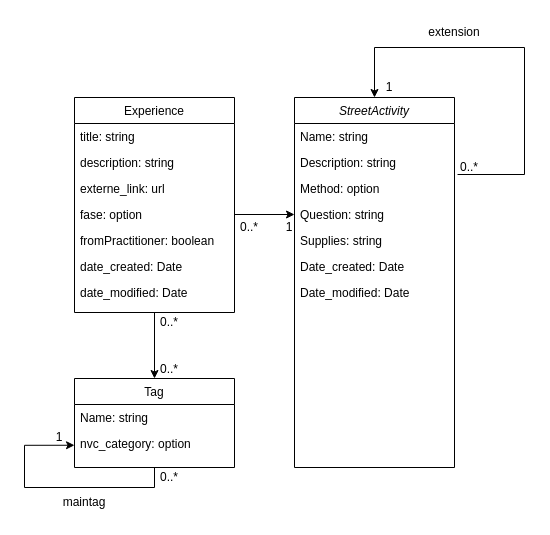
The draw.io diagram architecture/streetactivity_domainmodel.drawio in MxTheo/travelingguestbook, before the edit. Source tidied: cells renumbered, new cells numbered last; positions are measured from the earlier drawing's top-left corner, leaving out a move shared by most shapes. Both pictures are drawn from the tidied source at 100%, with x=0, y=0 at pixel (24, 17).
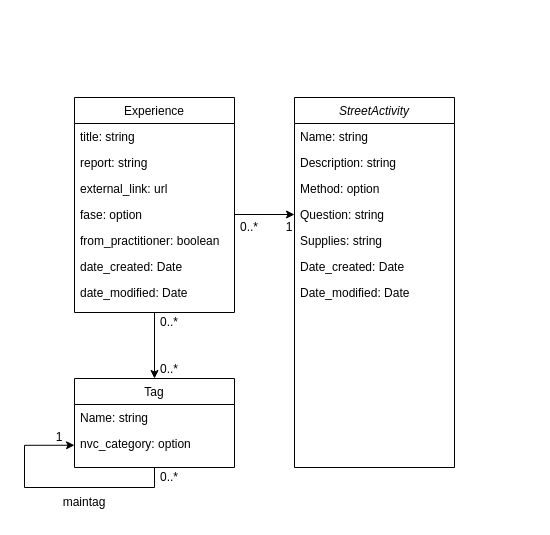
The same page after the edit.

Unchanged cells that the change refers to:
```xml
<mxCell id="2" value="StreetActivity" style="swimlane;fontStyle=2;align=center;verticalAlign=top;horizontal=1;startSize=26;rounded=0;shadow=0;strokeWidth=1;" parent="1" vertex="1">
  <mxGeometry x="270" y="80" width="160" height="370" as="geometry" />
</mxCell>
<mxCell id="5" value="Description: string" style="text;align=left;verticalAlign=top;spacingLeft=4;spacingRight=4;overflow=hidden;points=[[0,0.5],[1,0.5]];portConstraint=eastwest;rounded=0;shadow=0;html=0;" parent="2" vertex="1">
  <mxGeometry y="52" width="160" height="26" as="geometry" />
</mxCell>
<mxCell id="15" value="Experience" style="swimlane;fontStyle=0;align=center;verticalAlign=top;horizontal=1;startSize=26;rounded=0;shadow=0;strokeWidth=1;" parent="1" vertex="1">
  <mxGeometry x="50" y="80" width="160" height="215" as="geometry" />
</mxCell>
```

Diff of the diagram source:
```diff
@@
-    <mxCell id="3" style="edgeStyle=orthogonalEdgeStyle;rounded=0;jettySize=auto;html=1;entryX=0.5;entryY=0;entryDx=0;entryDy=0;exitX=1.019;exitY=0.962;exitDx=0;exitDy=0;exitPerimeter=0;" parent="2" edge="1" source="5" target="2">
-      <mxGeometry relative="1" as="geometry">
-        <Array as="points">
-          <mxPoint x="230" y="77" />
-          <mxPoint x="230" y="-50" />
-          <mxPoint x="80" y="-50" />
-        </Array>
-      </mxGeometry>
-    </mxCell>
@@
-    <mxCell id="17" value="description: string" style="text;align=left;verticalAlign=top;spacingLeft=4;spacingRight=4;overflow=hidden;rounded=0;shadow=0;html=0;" parent="15" vertex="1">
+    <mxCell id="17" value="report: string" style="text;align=left;verticalAlign=top;spacingLeft=4;spacingRight=4;overflow=hidden;rounded=0;shadow=0;html=0;" parent="15" vertex="1">
       <mxGeometry y="52" width="160" height="26" as="geometry" />
     </mxCell>
-    <mxCell id="18" value="externe_link: url" style="text;align=left;verticalAlign=top;spacingLeft=4;spacingRight=4;overflow=hidden;rounded=0;shadow=0;html=0;" parent="15" vertex="1">
+    <mxCell id="18" value="external_link: url" style="text;align=left;verticalAlign=top;spacingLeft=4;spacingRight=4;overflow=hidden;rounded=0;shadow=0;html=0;" parent="15" vertex="1">
       <mxGeometry y="78" width="160" height="26" as="geometry" />
     </mxCell>
@@
-    <mxCell id="20" value="fromPractitioner: boolean" style="text;align=left;verticalAlign=top;spacingLeft=4;spacingRight=4;overflow=hidden;rounded=0;shadow=0;html=0;" parent="15" vertex="1">
+    <mxCell id="20" value="from_practitioner: boolean" style="text;align=left;verticalAlign=top;spacingLeft=4;spacingRight=4;overflow=hidden;rounded=0;shadow=0;html=0;" parent="15" vertex="1">
       <mxGeometry y="130" width="160" height="26" as="geometry" />
     </mxCell>
@@
-    <mxCell id="29" value="extension" style="text;html=1;align=center;verticalAlign=middle;whiteSpace=wrap;rounded=0;" parent="1" vertex="1">
-      <mxGeometry x="400" width="60" height="30" as="geometry" />
-    </mxCell>
-    <mxCell id="30" value="1" style="text;html=1;align=center;verticalAlign=middle;whiteSpace=wrap;rounded=0;" parent="1" vertex="1">
-      <mxGeometry x="360" y="60" width="10" height="20" as="geometry" />
-    </mxCell>
-    <mxCell id="31" value="0..*" style="text;html=1;align=center;verticalAlign=middle;whiteSpace=wrap;rounded=0;" parent="1" vertex="1">
-      <mxGeometry x="430" y="140" width="30" height="20" as="geometry" />
-    </mxCell>
```
